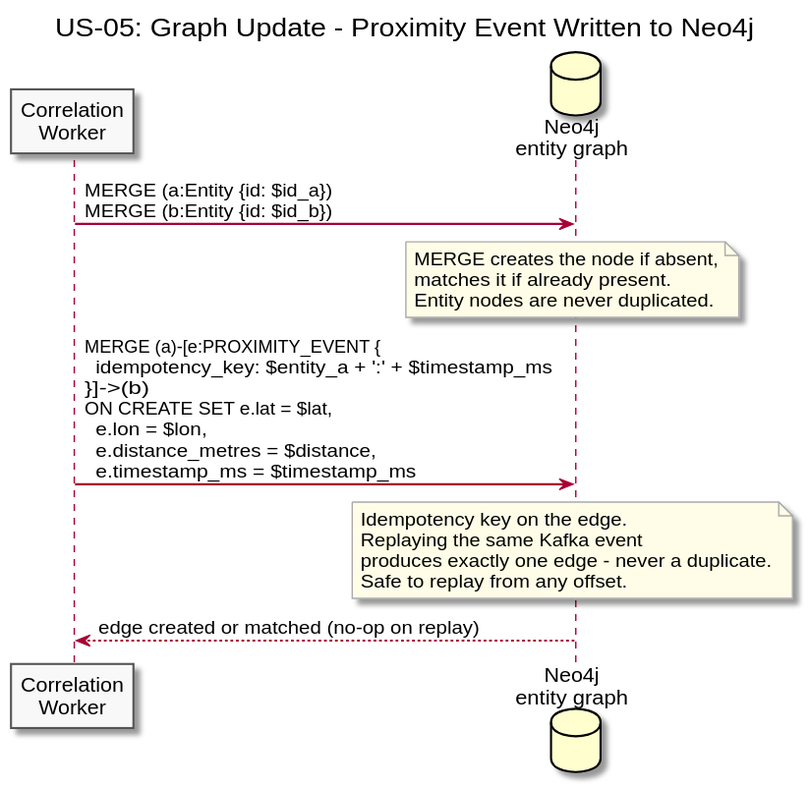
Above: diagrams/docs/use-cases/US-05-unscheduled-proximity/graph-update.svg in Buffden/sentinel (PlantUML), before the change.
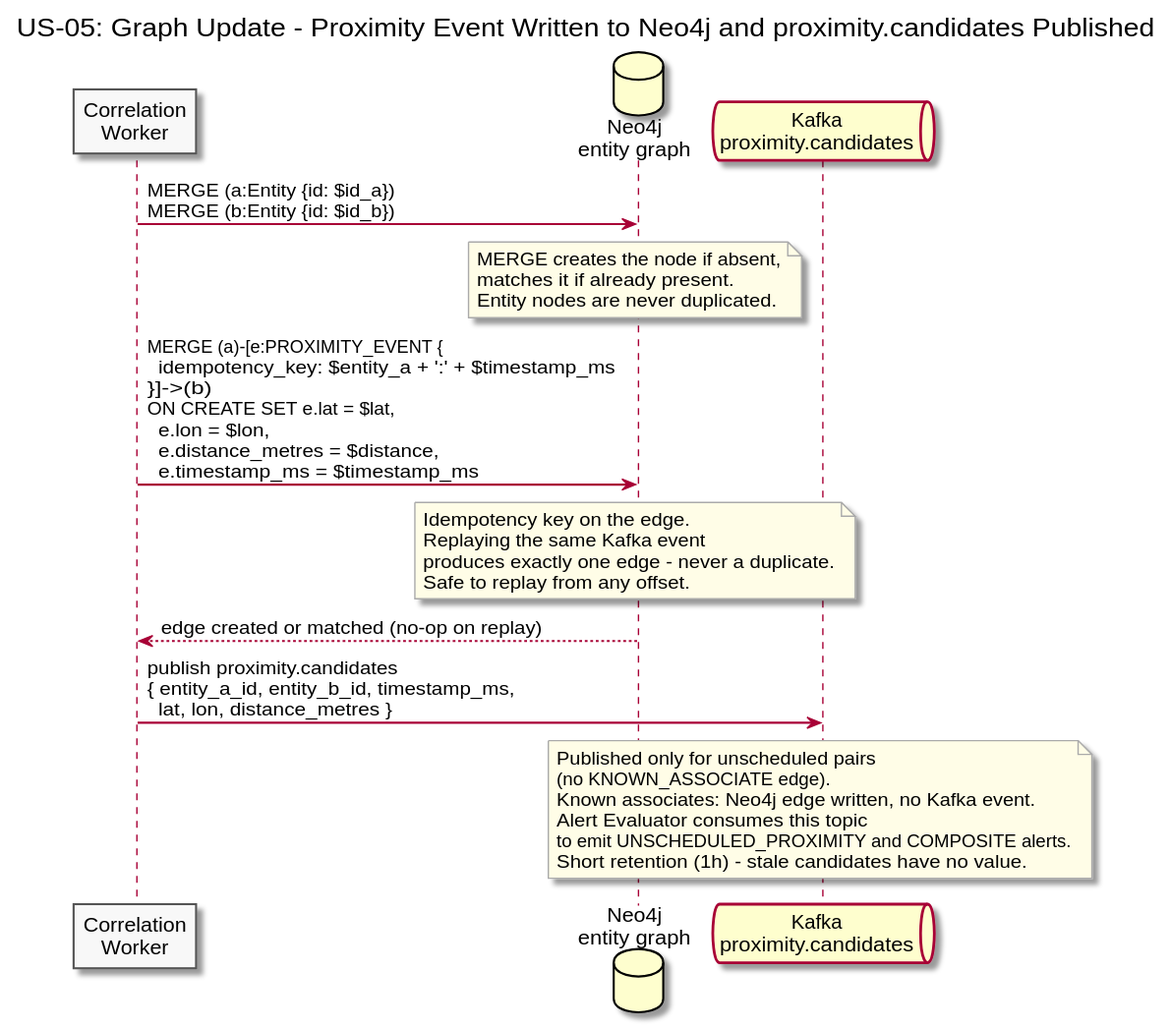
The same diagram one commit later.

Diff of the diagram source:
```diff
@@ -1,5 +1,5 @@
 @startuml graph-update
-title US-05: Graph Update - Proximity Event Written to Neo4j
+title US-05: Graph Update - Proximity Event Written to Neo4j and proximity.candidates Published
 
 skinparam sequenceArrowThickness 1.5
 skinparam participantBorderColor #555555
@@ -9,6 +9,7 @@
 
 participant "Correlation\nWorker" as Correlation
 database "Neo4j\nentity graph" as Neo4j
+queue "Kafka\nproximity.candidates" as ProxKafka
 
 Correlation -> Neo4j : MERGE (a:Entity {id: $id_a})\nMERGE (b:Entity {id: $id_b})
 
@@ -29,4 +30,15 @@
 
 Neo4j --> Correlation : edge created or matched (no-op on replay)
 
+Correlation -> ProxKafka : publish proximity.candidates\n{ entity_a_id, entity_b_id, timestamp_ms,\n  lat, lon, distance_metres }
+
+note over ProxKafka
+  Published only for unscheduled pairs
+  (no KNOWN_ASSOCIATE edge).
+  Known associates: Neo4j edge written, no Kafka event.
+  Alert Evaluator consumes this topic
+  to emit UNSCHEDULED_PROXIMITY and COMPOSITE alerts.
+  Short retention (1h) - stale candidates have no value.
+end note
+
 @enduml
```
